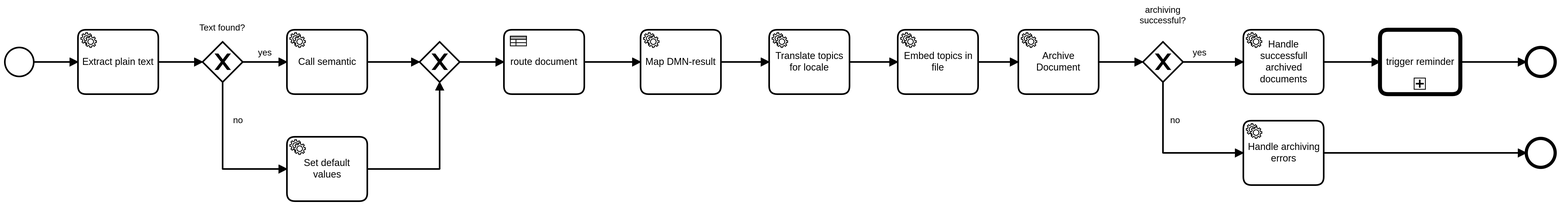
Earlier version of the BPMN export src/main/resources/mailprocessor.png (Cuupa/mailprocessor). Its source is kept beside it as src/main/resources/mailprocessor.bpmn. Ids are renumbered.
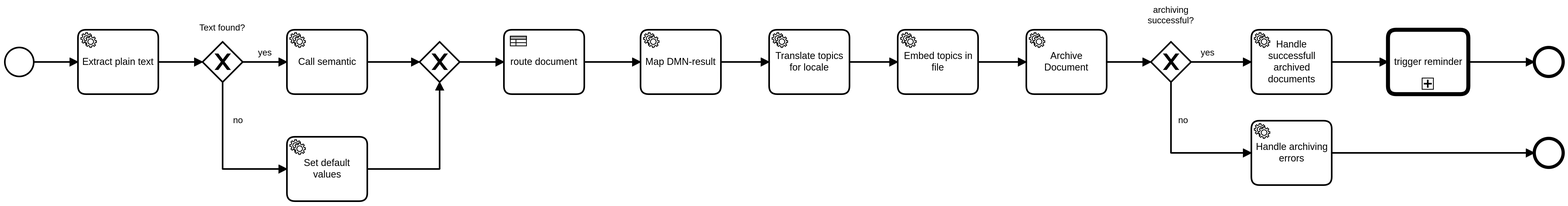
After the commit.

Commit message:
forgot the model changes

Diff of the diagram source:
```diff
@@ -100,27 +100,31 @@
   </bpmn:process>
   <bpmndi:BPMNDiagram id="BPMNDiagram_1">
     <bpmndi:BPMNPlane id="BPMNPlane_1" bpmnElement="mailprocessor">
+      <bpmndi:BPMNEdge id="Flow_n10_di" bpmnElement="Flow_n10">
+        <di:waypoint x="1390" y="127" />
+        <di:waypoint x="1450" y="127" />
+      </bpmndi:BPMNEdge>
       <bpmndi:BPMNEdge id="Flow_n24_di" bpmnElement="Flow_n24">
-        <di:waypoint x="1820" y="127" />
-        <di:waypoint x="1890" y="127" />
+        <di:waypoint x="1830" y="127" />
+        <di:waypoint x="1900" y="127" />
       </bpmndi:BPMNEdge>
       <bpmndi:BPMNEdge id="Flow_n30_di" bpmnElement="Flow_n30">
-        <di:waypoint x="1820" y="240" />
-        <di:waypoint x="2072" y="240" />
+        <di:waypoint x="1830" y="240" />
+        <di:waypoint x="2082" y="240" />
       </bpmndi:BPMNEdge>
       <bpmndi:BPMNEdge id="Flow_n27_di" bpmnElement="Flow_n27">
-        <di:waypoint x="1620" y="152" />
-        <di:waypoint x="1620" y="240" />
-        <di:waypoint x="1720" y="240" />
+        <di:waypoint x="1630" y="152" />
+        <di:waypoint x="1630" y="240" />
+        <di:waypoint x="1730" y="240" />
         <bpmndi:BPMNLabel>
-          <dc:Bounds x="1629" y="193" width="13" height="14" />
+          <dc:Bounds x="1639" y="193" width="13" height="14" />
         </bpmndi:BPMNLabel>
       </bpmndi:BPMNEdge>
       <bpmndi:BPMNEdge id="Flow_n26_di" bpmnElement="Flow_n26">
-        <di:waypoint x="1645" y="127" />
-        <di:waypoint x="1720" y="127" />
+        <di:waypoint x="1655" y="127" />
+        <di:waypoint x="1730" y="127" />
         <bpmndi:BPMNLabel>
-          <dc:Bounds x="1657" y="109" width="18" height="14" />
+          <dc:Bounds x="1667" y="109" width="18" height="14" />
         </bpmndi:BPMNLabel>
       </bpmndi:BPMNEdge>
       <bpmndi:BPMNEdge id="Flow_n25_di" bpmnElement="Flow_n25">
@@ -133,8 +137,8 @@
         <di:waypoint x="800" y="127" />
       </bpmndi:BPMNEdge>
       <bpmndi:BPMNEdge id="Flow_n21_di" bpmnElement="Flow_n21">
-        <di:waypoint x="1990" y="127" />
-        <di:waypoint x="2072" y="127" />
+        <di:waypoint x="2000" y="127" />
+        <di:waypoint x="2082" y="127" />
       </bpmndi:BPMNEdge>
       <bpmndi:BPMNEdge id="SequenceFlow_n16_di" bpmnElement="SequenceFlow_n16">
         <di:waypoint x="1070" y="127" />
@@ -145,8 +149,8 @@
         <di:waypoint x="970" y="127" />
       </bpmndi:BPMNEdge>
       <bpmndi:BPMNEdge id="SequenceFlow_n11_di" bpmnElement="SequenceFlow_n11">
-        <di:waypoint x="1540" y="127" />
-        <di:waypoint x="1595" y="127" />
+        <di:waypoint x="1550" y="127" />
+        <di:waypoint x="1605" y="127" />
       </bpmndi:BPMNEdge>
       <bpmndi:BPMNEdge id="SequenceFlow_n17_di" bpmnElement="SequenceFlow_n17">
         <di:waypoint x="1230" y="127" />
@@ -179,10 +183,6 @@
         <di:waypoint x="215" y="127" />
         <di:waypoint x="270" y="127" />
       </bpmndi:BPMNEdge>
-      <bpmndi:BPMNEdge id="Flow_n10_di" bpmnElement="Flow_n10">
-        <di:waypoint x="1390" y="127" />
-        <di:waypoint x="1440" y="127" />
-      </bpmndi:BPMNEdge>
       <bpmndi:BPMNShape id="_BPMNShape_StartEvent_2" bpmnElement="StartEvent_1">
         <dc:Bounds x="179" y="109" width="36" height="36" />
       </bpmndi:BPMNShape>
@@ -201,6 +201,9 @@
       <bpmndi:BPMNShape id="BusinessRuleTask_00c716l_di" bpmnElement="Task_n12">
         <dc:Bounds x="800" y="87" width="100" height="80" />
       </bpmndi:BPMNShape>
+      <bpmndi:BPMNShape id="ServiceTask_1g2mo8d_di" bpmnElement="Task_n15">
+        <dc:Bounds x="1130" y="87" width="100" height="80" />
+      </bpmndi:BPMNShape>
       <bpmndi:BPMNShape id="ServiceTask_1hlf27a_di" bpmnElement="Task_n19">
         <dc:Bounds x="970" y="87" width="100" height="80" />
       </bpmndi:BPMNShape>
@@ -210,35 +213,32 @@
       <bpmndi:BPMNShape id="Activity_0ill0vw_di" bpmnElement="Activity_n8">
         <dc:Bounds x="530" y="220" width="100" height="80" />
       </bpmndi:BPMNShape>
+      <bpmndi:BPMNShape id="Activity_0w49bmj_di" bpmnElement="Activity_n18">
+        <dc:Bounds x="1290" y="87" width="100" height="80" />
+      </bpmndi:BPMNShape>
+      <bpmndi:BPMNShape id="ServiceTask_1smsnpx_di" bpmnElement="Task_n9">
+        <dc:Bounds x="1450" y="87" width="100" height="80" />
+      </bpmndi:BPMNShape>
       <bpmndi:BPMNShape id="EndEvent_n20_di" bpmnElement="EndEvent_n20">
-        <dc:Bounds x="2072" y="109" width="36" height="36" />
+        <dc:Bounds x="2082" y="109" width="36" height="36" />
       </bpmndi:BPMNShape>
       <bpmndi:BPMNShape id="CallActivity_0zw0uzg_di" bpmnElement="Task_n23">
-        <dc:Bounds x="1890" y="87" width="100" height="80" />
+        <dc:Bounds x="1900" y="87" width="100" height="80" />
       </bpmndi:BPMNShape>
       <bpmndi:BPMNShape id="Gateway_n22_di" bpmnElement="Gateway_n22" isMarkerVisible="true">
-        <dc:Bounds x="1595" y="102" width="50" height="50" />
+        <dc:Bounds x="1605" y="102" width="50" height="50" />
         <bpmndi:BPMNLabel>
-          <dc:Bounds x="1591" y="56" width="58" height="27" />
+          <dc:Bounds x="1601" y="56" width="58" height="27" />
         </bpmndi:BPMNLabel>
       </bpmndi:BPMNShape>
       <bpmndi:BPMNShape id="Event_n29_di" bpmnElement="Event_n29">
-        <dc:Bounds x="2072" y="222" width="36" height="36" />
+        <dc:Bounds x="2082" y="222" width="36" height="36" />
       </bpmndi:BPMNShape>
       <bpmndi:BPMNShape id="Activity_0emvc8a_di" bpmnElement="Activity_n31">
-        <dc:Bounds x="1720" y="200" width="100" height="80" />
+        <dc:Bounds x="1730" y="200" width="100" height="80" />
       </bpmndi:BPMNShape>
       <bpmndi:BPMNShape id="Activity_0zdxaod_di" bpmnElement="Activity_n28">
-        <dc:Bounds x="1720" y="87" width="100" height="80" />
-      </bpmndi:BPMNShape>
-      <bpmndi:BPMNShape id="ServiceTask_1smsnpx_di" bpmnElement="Task_n9">
-        <dc:Bounds x="1440" y="87" width="100" height="80" />
-      </bpmndi:BPMNShape>
-      <bpmndi:BPMNShape id="Activity_0w49bmj_di" bpmnElement="Activity_n18">
-        <dc:Bounds x="1290" y="87" width="100" height="80" />
-      </bpmndi:BPMNShape>
-      <bpmndi:BPMNShape id="ServiceTask_1g2mo8d_di" bpmnElement="Task_n15">
-        <dc:Bounds x="1130" y="87" width="100" height="80" />
+        <dc:Bounds x="1730" y="87" width="100" height="80" />
       </bpmndi:BPMNShape>
     </bpmndi:BPMNPlane>
   </bpmndi:BPMNDiagram>
```
